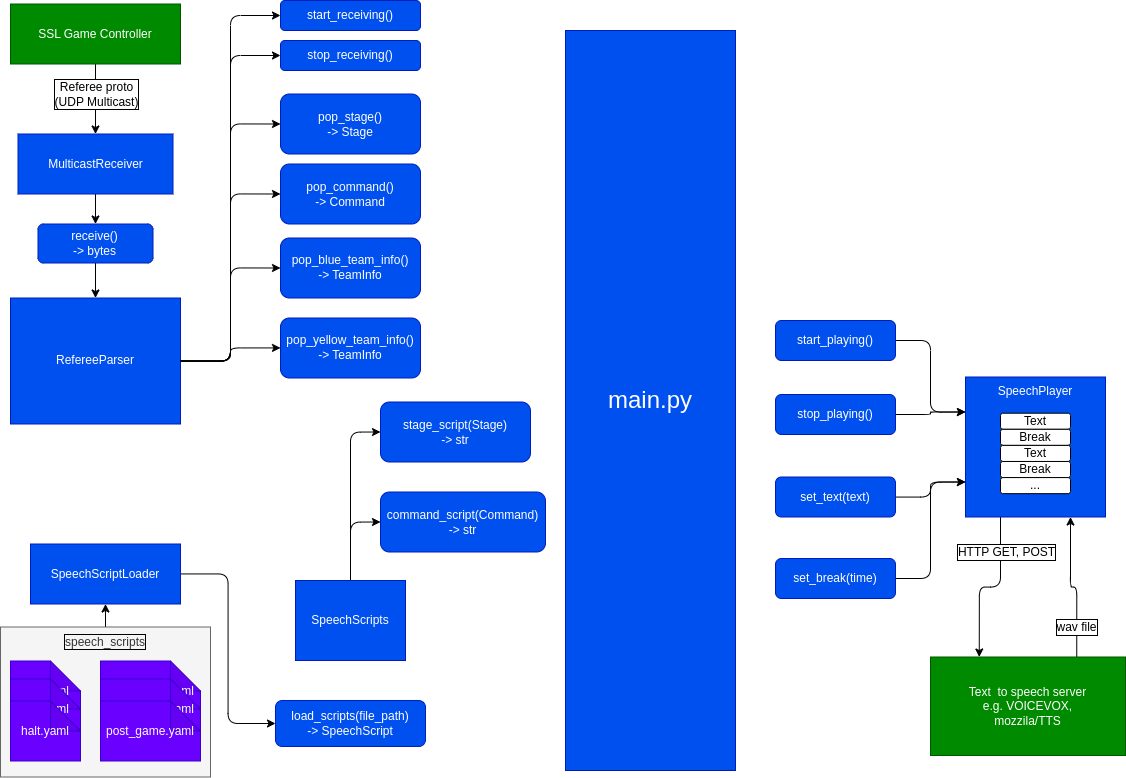
Before: design/design.drawio.png, a diagram exported from draw.io (ShotaAk/robocup-ssl-voice-referee). Source tidied: cells renumbered, new cells last; positions are measured from the earlier drawing's top-left corner, leaving out a move shared by most shapes.
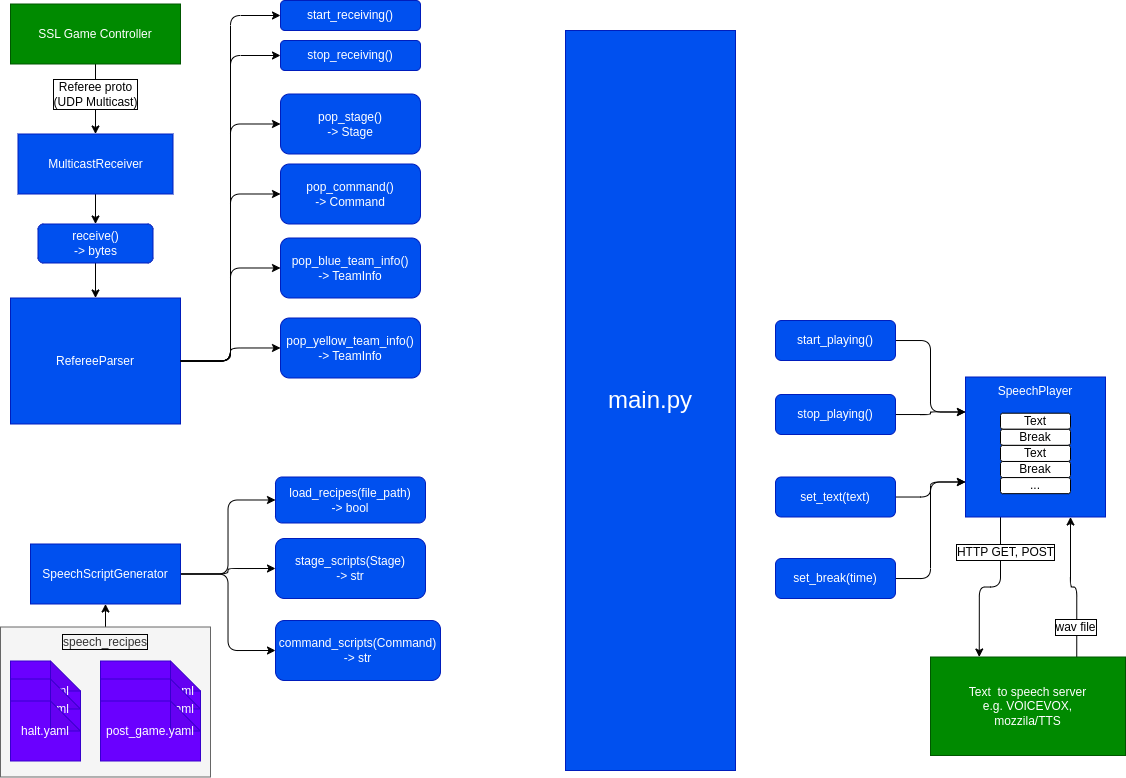
The same file after the commit.

Change to the diagram source:
```diff
@@ -37,15 +37,12 @@
     <mxCell id="12" style="edgeStyle=orthogonalEdgeStyle;shape=connector;rounded=1;html=1;entryX=0.25;entryY=0;entryDx=0;entryDy=0;labelBackgroundColor=default;strokeColor=#000000;fontFamily=Helvetica;fontSize=12;fontColor=default;endArrow=classic;exitX=0.25;exitY=1;exitDx=0;exitDy=0;" parent="1" edge="1" source="21" target="11">
       <mxGeometry relative="1" as="geometry" />
     </mxCell>
-    <mxCell id="13" style="edgeStyle=orthogonalEdgeStyle;shape=connector;rounded=1;html=1;entryX=0;entryY=0.5;entryDx=0;entryDy=0;labelBackgroundColor=default;strokeColor=#000000;fontFamily=Helvetica;fontSize=12;fontColor=default;endArrow=classic;" parent="1" edge="1" source="15" target="40">
+    <mxCell id="13" style="edgeStyle=orthogonalEdgeStyle;shape=connector;rounded=1;html=1;entryX=0;entryY=0.5;entryDx=0;entryDy=0;labelBackgroundColor=default;strokeColor=#000000;fontFamily=Helvetica;fontSize=12;fontColor=default;endArrow=classic;exitX=1;exitY=0.5;exitDx=0;exitDy=0;" parent="1" edge="1" source="38" target="40">
       <mxGeometry relative="1" as="geometry" />
     </mxCell>
-    <mxCell id="14" style="edgeStyle=orthogonalEdgeStyle;shape=connector;rounded=1;html=1;labelBackgroundColor=default;strokeColor=#000000;fontFamily=Helvetica;fontSize=12;fontColor=default;endArrow=classic;entryX=0;entryY=0.5;entryDx=0;entryDy=0;" parent="1" edge="1" source="15" target="41">
+    <mxCell id="14" style="edgeStyle=orthogonalEdgeStyle;shape=connector;rounded=1;html=1;labelBackgroundColor=default;strokeColor=#000000;fontFamily=Helvetica;fontSize=12;fontColor=default;endArrow=classic;entryX=0;entryY=0.5;entryDx=0;entryDy=0;exitX=1;exitY=0.5;exitDx=0;exitDy=0;" parent="1" edge="1" source="38" target="41">
       <mxGeometry relative="1" as="geometry" />
     </mxCell>
-    <mxCell id="15" value="SpeechScripts" style="rounded=0;whiteSpace=wrap;html=1;fillColor=#0050ef;fontColor=#ffffff;strokeColor=#001DBC;" parent="1" vertex="1">
-      <mxGeometry x="295" y="580" width="110" height="80" as="geometry" />
-    </mxCell>
     <mxCell id="16" style="edgeStyle=orthogonalEdgeStyle;shape=connector;rounded=1;html=1;entryX=0;entryY=0.75;entryDx=0;entryDy=0;labelBackgroundColor=default;strokeColor=#000000;fontFamily=Helvetica;fontSize=12;fontColor=default;endArrow=classic;" parent="1" edge="1" source="17" target="21">
       <mxGeometry relative="1" as="geometry" />
     </mxCell>
@@ -112,17 +109,17 @@
     <mxCell id="37" style="edgeStyle=orthogonalEdgeStyle;shape=connector;rounded=1;html=1;entryX=0;entryY=0.5;entryDx=0;entryDy=0;labelBackgroundColor=default;strokeColor=#000000;fontFamily=Helvetica;fontSize=12;fontColor=default;endArrow=classic;" parent="1" edge="1" source="38" target="39">
       <mxGeometry relative="1" as="geometry" />
     </mxCell>
-    <mxCell id="38" value="SpeechScriptLoader" style="rounded=0;whiteSpace=wrap;html=1;fillColor=#0050ef;fontColor=#ffffff;strokeColor=#001DBC;" parent="1" vertex="1">
+    <mxCell id="38" value="SpeechScriptGenerator" style="rounded=0;whiteSpace=wrap;html=1;fillColor=#0050ef;fontColor=#ffffff;strokeColor=#001DBC;" parent="1" vertex="1">
       <mxGeometry x="30" y="543.5" width="150" height="60" as="geometry" />
     </mxCell>
-    <mxCell id="39" value="load_scripts(file_path)&lt;br&gt;-&amp;gt; SpeechScript" style="rounded=1;whiteSpace=wrap;html=1;labelBorderColor=none;fontFamily=Helvetica;fontSize=12;fontColor=#ffffff;fillColor=#0050ef;strokeColor=#001DBC;" parent="1" vertex="1">
-      <mxGeometry x="275" y="700" width="150" height="46" as="geometry" />
+    <mxCell id="39" value="load_recipes(file_path)&lt;br&gt;-&amp;gt; bool" style="rounded=1;whiteSpace=wrap;html=1;labelBorderColor=none;fontFamily=Helvetica;fontSize=12;fontColor=#ffffff;fillColor=#0050ef;strokeColor=#001DBC;" parent="1" vertex="1">
+      <mxGeometry x="275" y="476.5" width="150" height="46" as="geometry" />
     </mxCell>
-    <mxCell id="40" value="stage_script(Stage)&lt;br&gt;-&amp;gt; str" style="rounded=1;whiteSpace=wrap;html=1;labelBorderColor=none;fontFamily=Helvetica;fontSize=12;fontColor=#ffffff;fillColor=#0050ef;strokeColor=#001DBC;" parent="1" vertex="1">
-      <mxGeometry x="380" y="401.5" width="150" height="60" as="geometry" />
+    <mxCell id="40" value="stage_scripts(Stage)&lt;br&gt;-&amp;gt; str" style="rounded=1;whiteSpace=wrap;html=1;labelBorderColor=none;fontFamily=Helvetica;fontSize=12;fontColor=#ffffff;fillColor=#0050ef;strokeColor=#001DBC;" parent="1" vertex="1">
+      <mxGeometry x="275" y="538" width="150" height="60" as="geometry" />
     </mxCell>
-    <mxCell id="41" value="command_script(Command)&lt;br&gt;-&amp;gt; str" style="rounded=1;whiteSpace=wrap;html=1;labelBorderColor=none;fontFamily=Helvetica;fontSize=12;fontColor=#ffffff;fillColor=#0050ef;strokeColor=#001DBC;" parent="1" vertex="1">
-      <mxGeometry x="380" y="491.5" width="165" height="60" as="geometry" />
+    <mxCell id="41" value="command_scripts(Command)&lt;br&gt;-&amp;gt; str" style="rounded=1;whiteSpace=wrap;html=1;labelBorderColor=none;fontFamily=Helvetica;fontSize=12;fontColor=#ffffff;fillColor=#0050ef;strokeColor=#001DBC;" parent="1" vertex="1">
+      <mxGeometry x="275" y="620" width="165" height="60" as="geometry" />
     </mxCell>
     <mxCell id="42" style="edgeStyle=orthogonalEdgeStyle;shape=connector;rounded=1;html=1;labelBackgroundColor=default;strokeColor=#000000;fontFamily=Helvetica;fontSize=12;fontColor=default;endArrow=classic;" parent="1" edge="1" source="47" target="38">
       <mxGeometry relative="1" as="geometry" />
@@ -139,7 +136,7 @@
     <mxCell id="46" style="group;" parent="1" vertex="1">
       <mxGeometry y="626.5" width="210" height="150" as="geometry" />
     </mxCell>
-    <mxCell id="47" value="speech_scripts" style="rounded=0;whiteSpace=wrap;html=1;labelBorderColor=default;fontFamily=Helvetica;fontSize=12;fontColor=#333333;fillColor=#f5f5f5;strokeColor=#666666;verticalAlign=top;" parent="46" vertex="1">
+    <mxCell id="47" value="speech_recipes" style="rounded=0;whiteSpace=wrap;html=1;labelBorderColor=default;fontFamily=Helvetica;fontSize=12;fontColor=#333333;fillColor=#f5f5f5;strokeColor=#666666;verticalAlign=top;" parent="46" vertex="1">
       <mxGeometry width="210" height="150" as="geometry" />
     </mxCell>
     <mxCell id="48" value="halt.yaml" style="shape=note;whiteSpace=wrap;html=1;backgroundOutline=1;darkOpacity=0.05;labelBorderColor=none;fontFamily=Helvetica;fontSize=12;fontColor=#ffffff;fillColor=#6a00ff;strokeColor=#3700CC;" parent="46" vertex="1">
```
